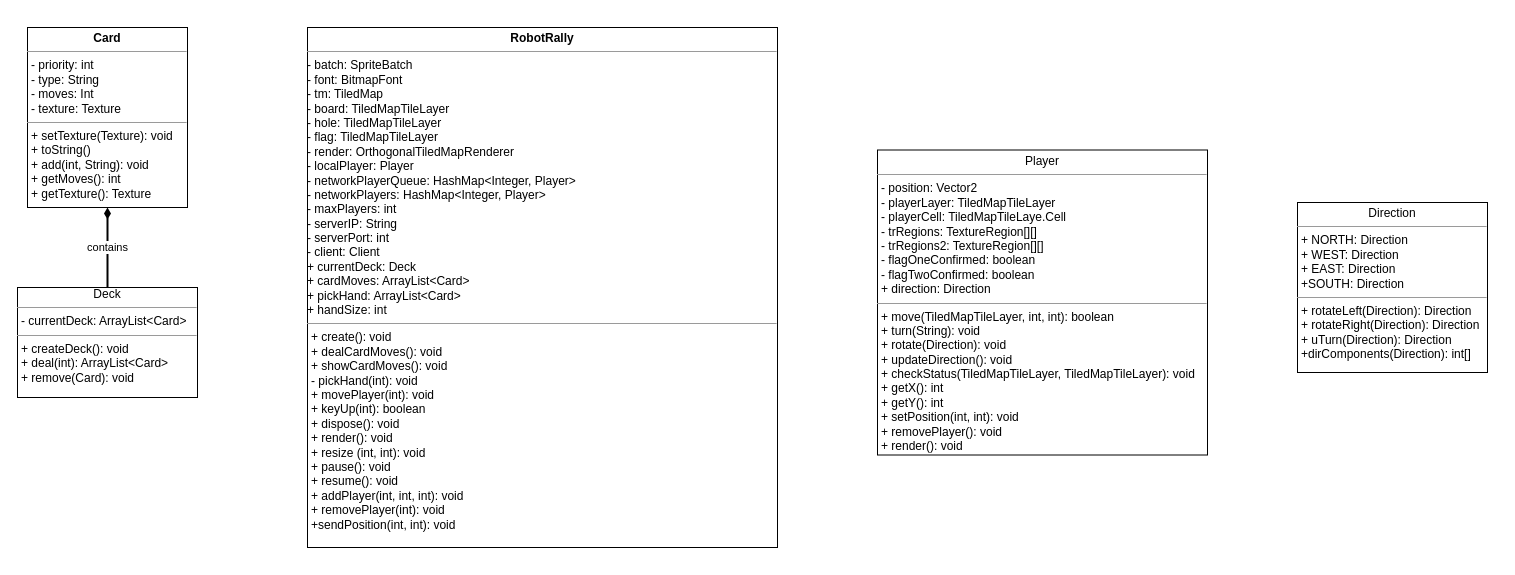
This is src/main/java/Untitled Diagram.drawio from inf112-v21/The-Downward-Spiral, a draw.io file, before an edit. Source tidied: cells renumbered, new cells numbered last; positions are measured from the earlier drawing's top-left corner, leaving out a move shared by most shapes. Both pictures are drawn from the tidied source at 100%, with x=0, y=0 at pixel (17, 27).
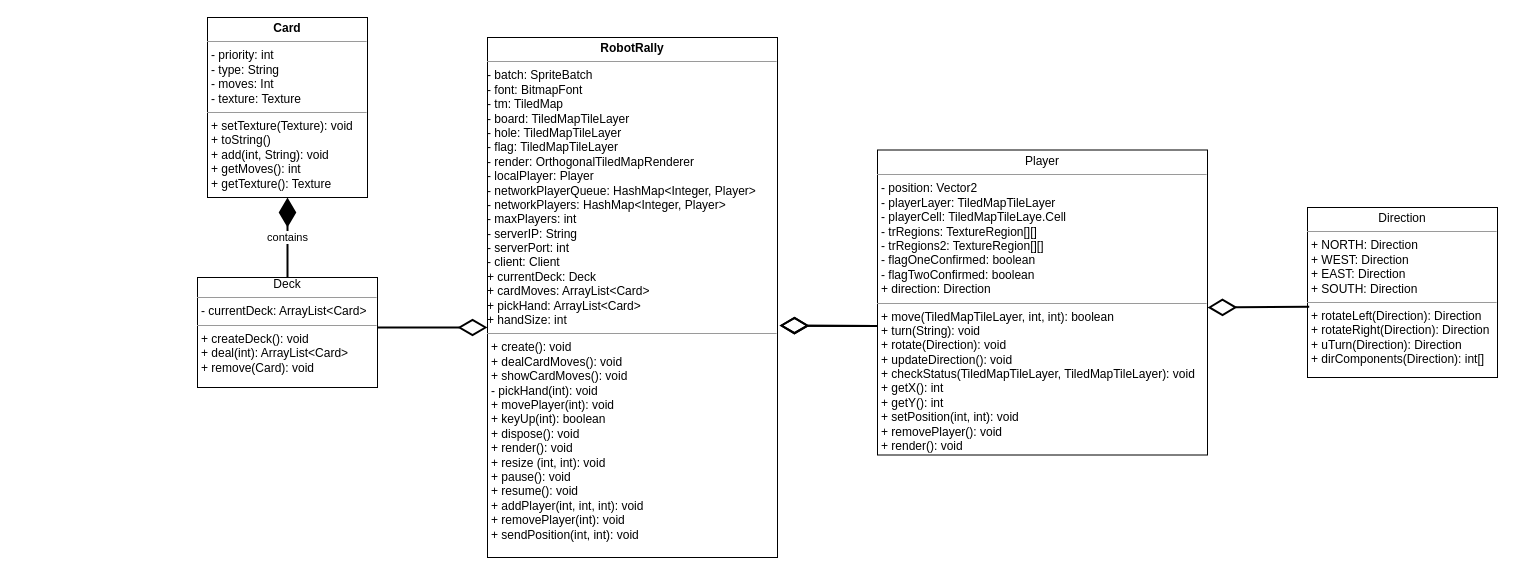
After the change.

Diff of the diagram source:
```diff
@@
 <mxGraphModel>
   <root>
     <mxCell id="0" />
     <mxCell id="1" parent="0" />
     <mxCell id="2" value="&lt;p style=&quot;margin: 0px ; margin-top: 4px ; text-align: center&quot;&gt;&lt;b&gt;Card&lt;/b&gt;&lt;/p&gt;&lt;hr size=&quot;1&quot;&gt;&lt;p style=&quot;margin: 0px ; margin-left: 4px&quot;&gt;- priority: int&lt;/p&gt;&lt;p style=&quot;margin: 0px ; margin-left: 4px&quot;&gt;- type: String&lt;/p&gt;&lt;p style=&quot;margin: 0px ; margin-left: 4px&quot;&gt;- moves: Int&lt;/p&gt;&lt;p style=&quot;margin: 0px ; margin-left: 4px&quot;&gt;- texture: Texture&lt;br&gt;&lt;/p&gt;&lt;hr size=&quot;1&quot;&gt;&lt;p style=&quot;margin: 0px ; margin-left: 4px&quot;&gt;+ setTexture(Texture): void&lt;/p&gt;&lt;p style=&quot;margin: 0px ; margin-left: 4px&quot;&gt;+ toString()&lt;/p&gt;&lt;p style=&quot;margin: 0px ; margin-left: 4px&quot;&gt;+ add(int, String): void&lt;/p&gt;&lt;p style=&quot;margin: 0px ; margin-left: 4px&quot;&gt;+ getMoves(): int&lt;br&gt;&lt;/p&gt;&lt;p style=&quot;margin: 0px ; margin-left: 4px&quot;&gt;+ getTexture(): Texture&lt;br&gt;&lt;/p&gt;" style="verticalAlign=top;align=left;overflow=fill;fontSize=12;fontFamily=Helvetica;html=1;" parent="1" vertex="1">
-      <mxGeometry x="10" width="160" height="180" as="geometry" />
+      <mxGeometry x="190" y="-10" width="160" height="180" as="geometry" />
     </mxCell>
-    <mxCell id="3" value="contains" style="edgeStyle=orthogonalEdgeStyle;rounded=0;jettySize=auto;html=1;entryX=0.5;entryY=1;entryDx=0;entryDy=0;endArrow=diamondThin;endFill=1;shadow=0;verticalAlign=middle;strokeWidth=2;targetPerimeterSpacing=0;startSize=6;" parent="1" edge="1" source="4" target="2">
-      <mxGeometry relative="1" as="geometry" />
-    </mxCell>
     <mxCell id="4" value="&lt;div align=&quot;center&quot;&gt;Deck&lt;br&gt;&lt;/div&gt;&lt;hr size=&quot;1&quot;&gt;&lt;p style=&quot;margin: 0px ; margin-left: 4px&quot;&gt;- currentDeck: ArrayList&amp;lt;Card&amp;gt;&lt;/p&gt;&lt;hr size=&quot;1&quot;&gt;&lt;p style=&quot;margin: 0px ; margin-left: 4px&quot;&gt;+ createDeck(): void&lt;/p&gt;&lt;p style=&quot;margin: 0px ; margin-left: 4px&quot;&gt;+ deal(int): ArrayList&amp;lt;Card&amp;gt;&lt;/p&gt;&lt;p style=&quot;margin: 0px ; margin-left: 4px&quot;&gt;+ remove(Card): void&lt;br&gt;&lt;/p&gt;" style="verticalAlign=top;align=left;overflow=fill;fontSize=12;fontFamily=Helvetica;html=1;" parent="1" vertex="1">
-      <mxGeometry y="260" width="180" height="110" as="geometry" />
+      <mxGeometry x="180" y="250" width="180" height="110" as="geometry" />
     </mxCell>
-    <mxCell id="5" value="&lt;p style=&quot;margin: 0px ; margin-top: 4px ; text-align: center&quot;&gt;Direction&lt;/p&gt;&lt;hr size=&quot;1&quot;&gt;&lt;p style=&quot;margin: 0px ; margin-left: 4px&quot;&gt;+ NORTH: Direction&lt;/p&gt;&lt;p style=&quot;margin: 0px ; margin-left: 4px&quot;&gt;+ WEST: Direction&lt;br&gt;&lt;/p&gt;&lt;p style=&quot;margin: 0px ; margin-left: 4px&quot;&gt;+ EAST: Direction&lt;br&gt;&lt;/p&gt;&lt;p style=&quot;margin: 0px ; margin-left: 4px&quot;&gt;+SOUTH: Direction&lt;br&gt;&lt;/p&gt;&lt;hr size=&quot;1&quot;&gt;&lt;p style=&quot;margin: 0px ; margin-left: 4px&quot;&gt;+ rotateLeft(Direction): Direction&lt;/p&gt;&lt;p style=&quot;margin: 0px ; margin-left: 4px&quot;&gt;+ rotateRight(Direction): Direction&lt;/p&gt;&lt;p style=&quot;margin: 0px ; margin-left: 4px&quot;&gt;+ uTurn(Direction): Direction&lt;/p&gt;&lt;p style=&quot;margin: 0px ; margin-left: 4px&quot;&gt;+dirComponents(Direction): int[]&lt;br&gt;&lt;/p&gt;" style="verticalAlign=top;align=left;overflow=fill;fontSize=12;fontFamily=Helvetica;html=1;" parent="1" vertex="1">
-      <mxGeometry x="1280" y="175" width="190" height="170" as="geometry" />
+    <mxCell id="5" value="&lt;p style=&quot;margin: 0px ; margin-top: 4px ; text-align: center&quot;&gt;Direction&lt;/p&gt;&lt;hr size=&quot;1&quot;&gt;&lt;p style=&quot;margin: 0px ; margin-left: 4px&quot;&gt;+ NORTH: Direction&lt;/p&gt;&lt;p style=&quot;margin: 0px ; margin-left: 4px&quot;&gt;+ WEST: Direction&lt;br&gt;&lt;/p&gt;&lt;p style=&quot;margin: 0px ; margin-left: 4px&quot;&gt;+ EAST: Direction&lt;br&gt;&lt;/p&gt;&lt;p style=&quot;margin: 0px ; margin-left: 4px&quot;&gt;+ SOUTH: Direction&lt;br&gt;&lt;/p&gt;&lt;hr size=&quot;1&quot;&gt;&lt;p style=&quot;margin: 0px ; margin-left: 4px&quot;&gt;+ rotateLeft(Direction): Direction&lt;/p&gt;&lt;p style=&quot;margin: 0px ; margin-left: 4px&quot;&gt;+ rotateRight(Direction): Direction&lt;/p&gt;&lt;p style=&quot;margin: 0px ; margin-left: 4px&quot;&gt;+ uTurn(Direction): Direction&lt;/p&gt;&lt;p style=&quot;margin: 0px ; margin-left: 4px&quot;&gt;+ dirComponents(Direction): int[]&lt;br&gt;&lt;/p&gt;" style="verticalAlign=top;align=left;overflow=fill;fontSize=12;fontFamily=Helvetica;html=1;" parent="1" vertex="1">
+      <mxGeometry x="1290" y="180" width="190" height="170" as="geometry" />
     </mxCell>
     <mxCell id="6" value="&lt;p style=&quot;margin: 0px ; margin-top: 4px ; text-align: center&quot;&gt;Player&lt;/p&gt;&lt;hr size=&quot;1&quot;&gt;&lt;p style=&quot;margin: 0px ; margin-left: 4px&quot;&gt;- position: Vector2&lt;/p&gt;&lt;p style=&quot;margin: 0px ; margin-left: 4px&quot;&gt;- playerLayer: TiledMapTileLayer&lt;/p&gt;&lt;p style=&quot;margin: 0px ; margin-left: 4px&quot;&gt;- playerCell: TiledMapTileLaye.Cell&lt;/p&gt;&lt;p style=&quot;margin: 0px ; margin-left: 4px&quot;&gt;- trRegions: TextureRegion[][]&lt;/p&gt;&lt;p style=&quot;margin: 0px ; margin-left: 4px&quot;&gt;- trRegions2: TextureRegion[][]&lt;/p&gt;&lt;p style=&quot;margin: 0px ; margin-left: 4px&quot;&gt;- flagOneConfirmed: boolean&lt;/p&gt;&lt;p style=&quot;margin: 0px ; margin-left: 4px&quot;&gt;- flagTwoConfirmed: boolean&lt;/p&gt;&lt;p style=&quot;margin: 0px ; margin-left: 4px&quot;&gt;+ direction: Direction&lt;br&gt;&lt;/p&gt;&lt;hr size=&quot;1&quot;&gt;&lt;p style=&quot;margin: 0px ; margin-left: 4px&quot;&gt;+ move(TiledMapTileLayer, int, int): boolean&lt;/p&gt;&lt;p style=&quot;margin: 0px ; margin-left: 4px&quot;&gt;+ turn(String): void&lt;/p&gt;&lt;p style=&quot;margin: 0px ; margin-left: 4px&quot;&gt;+ rotate(Direction): void&lt;/p&gt;&lt;p style=&quot;margin: 0px ; margin-left: 4px&quot;&gt;+ updateDirection(): void&lt;/p&gt;&lt;p style=&quot;margin: 0px ; margin-left: 4px&quot;&gt;+ checkStatus(TiledMapTileLayer, TiledMapTileLayer): void&lt;/p&gt;&lt;p style=&quot;margin: 0px ; margin-left: 4px&quot;&gt;+ getX(): int&lt;/p&gt;&lt;p style=&quot;margin: 0px ; margin-left: 4px&quot;&gt;+ getY(): int&lt;/p&gt;&lt;p style=&quot;margin: 0px ; margin-left: 4px&quot;&gt;+ setPosition(int, int): void&lt;/p&gt;&lt;p style=&quot;margin: 0px ; margin-left: 4px&quot;&gt;+ removePlayer(): void&lt;/p&gt;&lt;p style=&quot;margin: 0px ; margin-left: 4px&quot;&gt;+ render(): void&lt;br&gt;&lt;/p&gt;" style="verticalAlign=top;align=left;overflow=fill;fontSize=12;fontFamily=Helvetica;html=1;" parent="1" vertex="1">
       <mxGeometry x="860" y="122.5" width="330" height="305" as="geometry" />
     </mxCell>
-    <mxCell id="7" value="&lt;p style=&quot;margin: 0px ; margin-top: 4px ; text-align: center&quot;&gt;&lt;b&gt;RobotRally&lt;/b&gt;&lt;/p&gt;&lt;hr size=&quot;1&quot;&gt;&lt;div&gt;- batch: SpriteBatch&lt;/div&gt;&lt;div&gt;- font: BitmapFont&lt;/div&gt;&lt;div&gt;- tm: TiledMap&lt;/div&gt;&lt;div&gt;- board: TiledMapTileLayer&lt;/div&gt;&lt;div&gt;- hole: TiledMapTileLayer&lt;/div&gt;&lt;div&gt;- flag: TiledMapTileLayer&lt;/div&gt;&lt;div&gt;- render: OrthogonalTiledMapRenderer&lt;/div&gt;&lt;div&gt;- localPlayer: Player&lt;/div&gt;&lt;div&gt;- networkPlayerQueue: HashMap&amp;lt;Integer, Player&amp;gt;&lt;/div&gt;&lt;div&gt;- networkPlayers: HashMap&amp;lt;Integer, Player&amp;gt;&lt;/div&gt;&lt;div&gt;- maxPlayers: int&lt;/div&gt;&lt;div&gt;- serverIP: String&lt;/div&gt;&lt;div&gt;- serverPort: int&lt;/div&gt;&lt;div&gt;- client: Client&lt;/div&gt;&lt;div&gt;+ currentDeck: Deck&lt;/div&gt;&lt;div&gt;+ cardMoves: ArrayList&amp;lt;Card&amp;gt;&lt;/div&gt;&lt;div&gt;+ pickHand: ArrayList&amp;lt;Card&amp;gt;&lt;/div&gt;&lt;div&gt;+ handSize: int&lt;/div&gt;&lt;hr size=&quot;1&quot;&gt;&lt;p style=&quot;margin: 0px ; margin-left: 4px&quot;&gt;+ create(): void&lt;/p&gt;&lt;p style=&quot;margin: 0px ; margin-left: 4px&quot;&gt;+ dealCardMoves(): void&lt;/p&gt;&lt;p style=&quot;margin: 0px ; margin-left: 4px&quot;&gt;+ showCardMoves(): void&lt;/p&gt;&lt;p style=&quot;margin: 0px ; margin-left: 4px&quot;&gt;- pickHand(int): void&lt;/p&gt;&lt;p style=&quot;margin: 0px ; margin-left: 4px&quot;&gt;+ movePlayer(int): void&lt;/p&gt;&lt;p style=&quot;margin: 0px ; margin-left: 4px&quot;&gt;+ keyUp(int): boolean&lt;/p&gt;&lt;p style=&quot;margin: 0px ; margin-left: 4px&quot;&gt;+ dispose(): void&lt;/p&gt;&lt;p style=&quot;margin: 0px ; margin-left: 4px&quot;&gt;+ render(): void&lt;/p&gt;&lt;p style=&quot;margin: 0px ; margin-left: 4px&quot;&gt;+ resize (int, int): void&lt;/p&gt;&lt;p style=&quot;margin: 0px ; margin-left: 4px&quot;&gt;+ pause(): void&lt;/p&gt;&lt;p style=&quot;margin: 0px ; margin-left: 4px&quot;&gt;+ resume(): void&lt;/p&gt;&lt;p style=&quot;margin: 0px ; margin-left: 4px&quot;&gt;+ addPlayer(int, int, int): void&lt;/p&gt;&lt;p style=&quot;margin: 0px ; margin-left: 4px&quot;&gt;+ removePlayer(int): void&lt;/p&gt;&lt;p style=&quot;margin: 0px ; margin-left: 4px&quot;&gt;+sendPosition(int, int): void&lt;br&gt;&lt;/p&gt;" style="verticalAlign=top;align=left;overflow=fill;fontSize=12;fontFamily=Helvetica;html=1;" parent="1" vertex="1">
-      <mxGeometry x="290" width="470" height="520" as="geometry" />
+    <mxCell id="7" value="&lt;p style=&quot;margin: 0px ; margin-top: 4px ; text-align: center&quot;&gt;&lt;b&gt;RobotRally&lt;/b&gt;&lt;/p&gt;&lt;hr size=&quot;1&quot;&gt;&lt;div&gt;- batch: SpriteBatch&lt;/div&gt;&lt;div&gt;- font: BitmapFont&lt;/div&gt;&lt;div&gt;- tm: TiledMap&lt;/div&gt;&lt;div&gt;- board: TiledMapTileLayer&lt;/div&gt;&lt;div&gt;- hole: TiledMapTileLayer&lt;/div&gt;&lt;div&gt;- flag: TiledMapTileLayer&lt;/div&gt;&lt;div&gt;- render: OrthogonalTiledMapRenderer&lt;/div&gt;&lt;div&gt;- localPlayer: Player&lt;/div&gt;&lt;div&gt;- networkPlayerQueue: HashMap&amp;lt;Integer, Player&amp;gt;&lt;/div&gt;&lt;div&gt;- networkPlayers: HashMap&amp;lt;Integer, Player&amp;gt;&lt;/div&gt;&lt;div&gt;- maxPlayers: int&lt;/div&gt;&lt;div&gt;- serverIP: String&lt;/div&gt;&lt;div&gt;- serverPort: int&lt;/div&gt;&lt;div&gt;- client: Client&lt;/div&gt;&lt;div&gt;+ currentDeck: Deck&lt;/div&gt;&lt;div&gt;+ cardMoves: ArrayList&amp;lt;Card&amp;gt;&lt;/div&gt;&lt;div&gt;+ pickHand: ArrayList&amp;lt;Card&amp;gt;&lt;/div&gt;&lt;div&gt;+ handSize: int&lt;/div&gt;&lt;hr size=&quot;1&quot;&gt;&lt;p style=&quot;margin: 0px ; margin-left: 4px&quot;&gt;+ create(): void&lt;/p&gt;&lt;p style=&quot;margin: 0px ; margin-left: 4px&quot;&gt;+ dealCardMoves(): void&lt;/p&gt;&lt;p style=&quot;margin: 0px ; margin-left: 4px&quot;&gt;+ showCardMoves(): void&lt;/p&gt;&lt;p style=&quot;margin: 0px ; margin-left: 4px&quot;&gt;- pickHand(int): void&lt;/p&gt;&lt;p style=&quot;margin: 0px ; margin-left: 4px&quot;&gt;+ movePlayer(int): void&lt;/p&gt;&lt;p style=&quot;margin: 0px ; margin-left: 4px&quot;&gt;+ keyUp(int): boolean&lt;/p&gt;&lt;p style=&quot;margin: 0px ; margin-left: 4px&quot;&gt;+ dispose(): void&lt;/p&gt;&lt;p style=&quot;margin: 0px ; margin-left: 4px&quot;&gt;+ render(): void&lt;/p&gt;&lt;p style=&quot;margin: 0px ; margin-left: 4px&quot;&gt;+ resize (int, int): void&lt;/p&gt;&lt;p style=&quot;margin: 0px ; margin-left: 4px&quot;&gt;+ pause(): void&lt;/p&gt;&lt;p style=&quot;margin: 0px ; margin-left: 4px&quot;&gt;+ resume(): void&lt;/p&gt;&lt;p style=&quot;margin: 0px ; margin-left: 4px&quot;&gt;+ addPlayer(int, int, int): void&lt;/p&gt;&lt;p style=&quot;margin: 0px ; margin-left: 4px&quot;&gt;+ removePlayer(int): void&lt;/p&gt;&lt;p style=&quot;margin: 0px ; margin-left: 4px&quot;&gt;+ sendPosition(int, int): void&lt;br&gt;&lt;/p&gt;" style="verticalAlign=top;align=left;overflow=fill;fontSize=12;fontFamily=Helvetica;html=1;" parent="1" vertex="1">
+      <mxGeometry x="470" y="10" width="290" height="520" as="geometry" />
     </mxCell>
+    <mxCell id="8" style="endArrow=diamondThin;endFill=0;endSize=24;html=1;strokeWidth=2;" parent="1" edge="1">
+      <mxGeometry relative="1" as="geometry">
+        <mxPoint x="360" y="300" as="sourcePoint" />
+        <mxPoint x="470" y="300" as="targetPoint" />
+      </mxGeometry>
+    </mxCell>
+    <mxCell id="9" style="endArrow=diamondThin;endFill=0;endSize=24;html=1;strokeWidth=2;exitX=0;exitY=0.577;exitDx=0;exitDy=0;exitPerimeter=0;" parent="1" edge="1" source="6">
+      <mxGeometry relative="1" as="geometry">
+        <mxPoint x="762" y="298" as="targetPoint" />
+      </mxGeometry>
+    </mxCell>
+    <mxCell id="10" style="endArrow=diamondThin;endFill=0;endSize=24;html=1;strokeWidth=2;exitX=0;exitY=0.577;exitDx=0;exitDy=0;exitPerimeter=0;" parent="1" edge="1">
+      <mxGeometry relative="1" as="geometry">
+        <mxPoint x="860" y="298.5" as="sourcePoint" />
+        <mxPoint x="762" y="298" as="targetPoint" />
+      </mxGeometry>
+    </mxCell>
+    <mxCell id="11" style="endArrow=diamondThin;endFill=0;endSize=24;html=1;strokeWidth=2;exitX=0.009;exitY=0.584;exitDx=0;exitDy=0;exitPerimeter=0;" parent="1" edge="1" source="5">
+      <mxGeometry relative="1" as="geometry">
+        <mxPoint x="1190" y="280" as="targetPoint" />
+      </mxGeometry>
+    </mxCell>
+    <mxCell id="3" value="contains" style="endArrow=diamondThin;endFill=1;endSize=24;html=1;strokeWidth=2;entryX=0.5;entryY=1;entryDx=0;entryDy=0;exitX=0.5;exitY=0;exitDx=0;exitDy=0;" parent="1" edge="1" source="4" target="2">
+      <mxGeometry relative="1" as="geometry" />
+    </mxCell>
   </root>
 </mxGraphModel>
```
